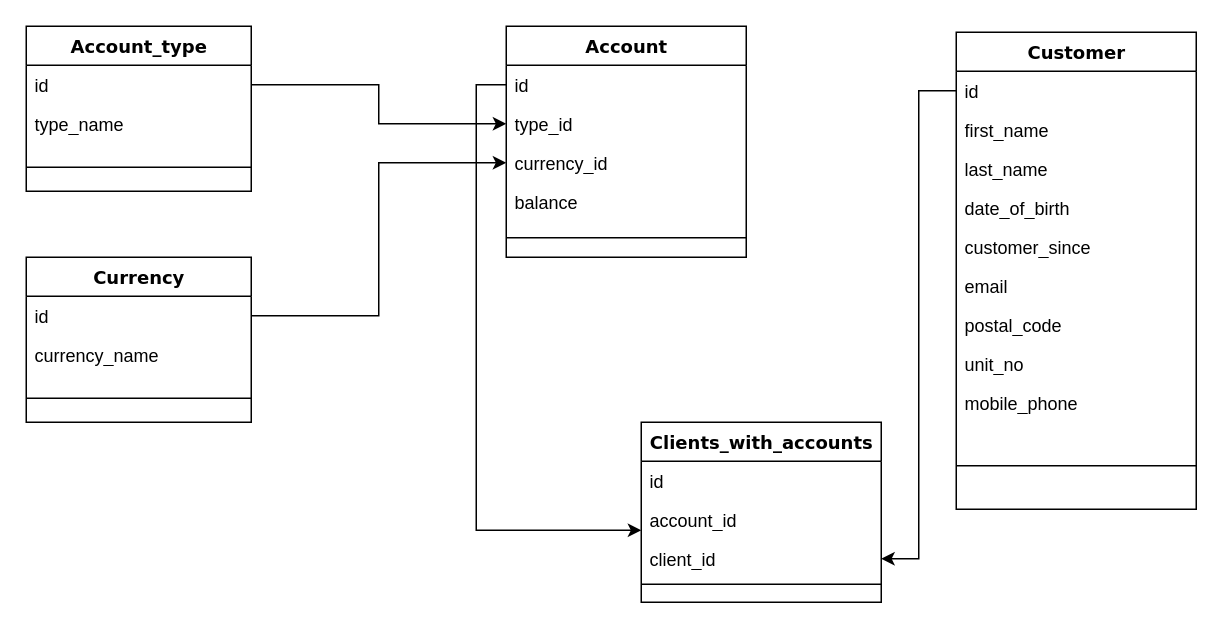
Above: utility/dbERD.drawio in vvalentinv/revature-prj0 (draw.io), before the change. Source tidied: cells renumbered, new cells numbered last; positions are measured from the earlier drawing's top-left corner, leaving out a move shared by most shapes. Both pictures are drawn from the tidied source at 150%, with x=0, y=0 at pixel (26, 26).
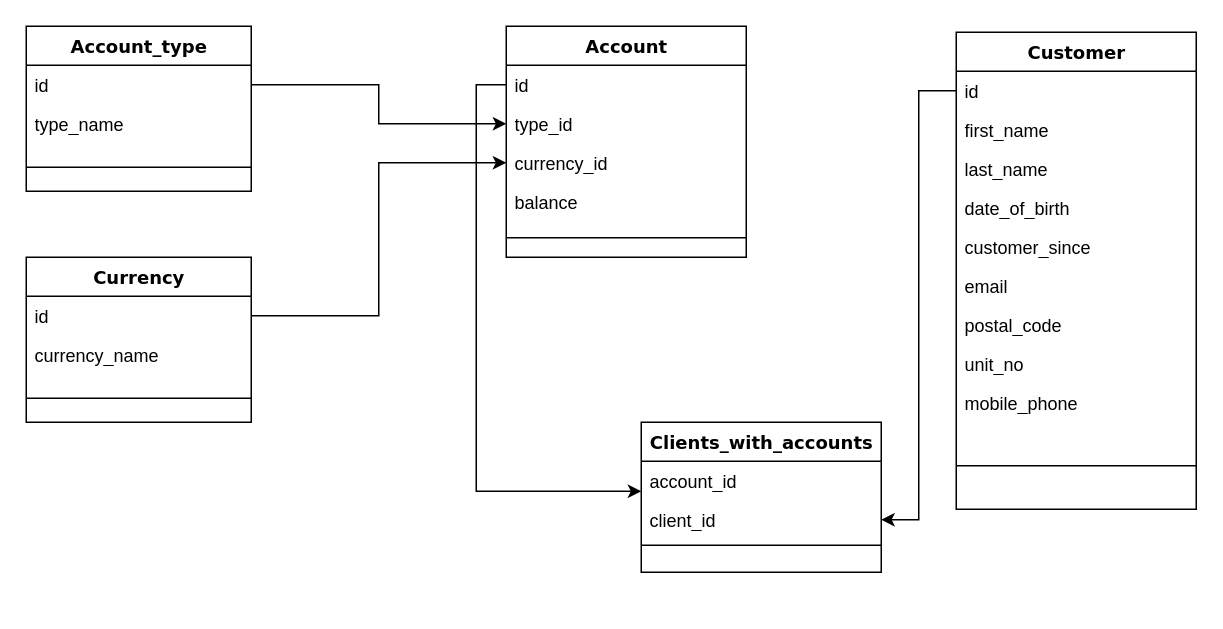
The same diagram, later.

Commit message (it also covers changes not shown here):
add .env.example, steps to install, run, test, export requirements.txt, update ERD to actual design, add updated sql file and add Posman exported collection

Change to the diagram source:
```diff
@@
     <mxCell id="29" value="Clients_with_accounts" style="swimlane;html=1;fontStyle=1;align=center;verticalAlign=top;horizontal=1;startSize=26;swimlaneFillColor=#ffffff;rounded=0;shadow=0;comic=0;labelBackgroundColor=none;strokeWidth=1;fillColor=none;fontFamily=Verdana;fontSize=12;" parent="1" vertex="1">
-      <mxGeometry x="410" y="264" width="160" height="120" as="geometry" />
+      <mxGeometry x="410" y="264" width="160" height="100" as="geometry" />
     </mxCell>
-    <mxCell id="30" value="id&lt;br&gt;" style="text;html=1;strokeColor=none;fillColor=none;align=left;verticalAlign=top;spacingLeft=4;spacingRight=4;whiteSpace=wrap;overflow=hidden;" parent="29" vertex="1">
-      <mxGeometry y="26" width="160" height="26" as="geometry" />
-    </mxCell>
     <mxCell id="31" value="account_id" style="text;html=1;strokeColor=none;fillColor=none;align=left;verticalAlign=top;spacingLeft=4;spacingRight=4;whiteSpace=wrap;overflow=hidden;points=[[0,0.5],[1,0.5]];portConstraint=eastwest;" parent="29" vertex="1">
-      <mxGeometry y="52" width="160" height="26" as="geometry" />
+      <mxGeometry y="26" width="160" height="26" as="geometry" />
     </mxCell>
     <mxCell id="32" value="client_id" style="text;html=1;strokeColor=none;fillColor=none;align=left;verticalAlign=top;spacingLeft=4;spacingRight=4;whiteSpace=wrap;overflow=hidden;points=[[0,0.5],[1,0.5]];portConstraint=eastwest;" parent="29" vertex="1">
-      <mxGeometry y="78" width="160" height="26" as="geometry" />
+      <mxGeometry y="52" width="160" height="26" as="geometry" />
     </mxCell>
     <mxCell id="33" style="line;html=1;strokeWidth=1;fillColor=none;align=left;verticalAlign=middle;spacingTop=-1;spacingLeft=3;spacingRight=3;labelPosition=right;" parent="29" vertex="1">
-      <mxGeometry y="104" width="160" height="8" as="geometry" />
+      <mxGeometry y="78" width="160" height="8" as="geometry" />
     </mxCell>
```
